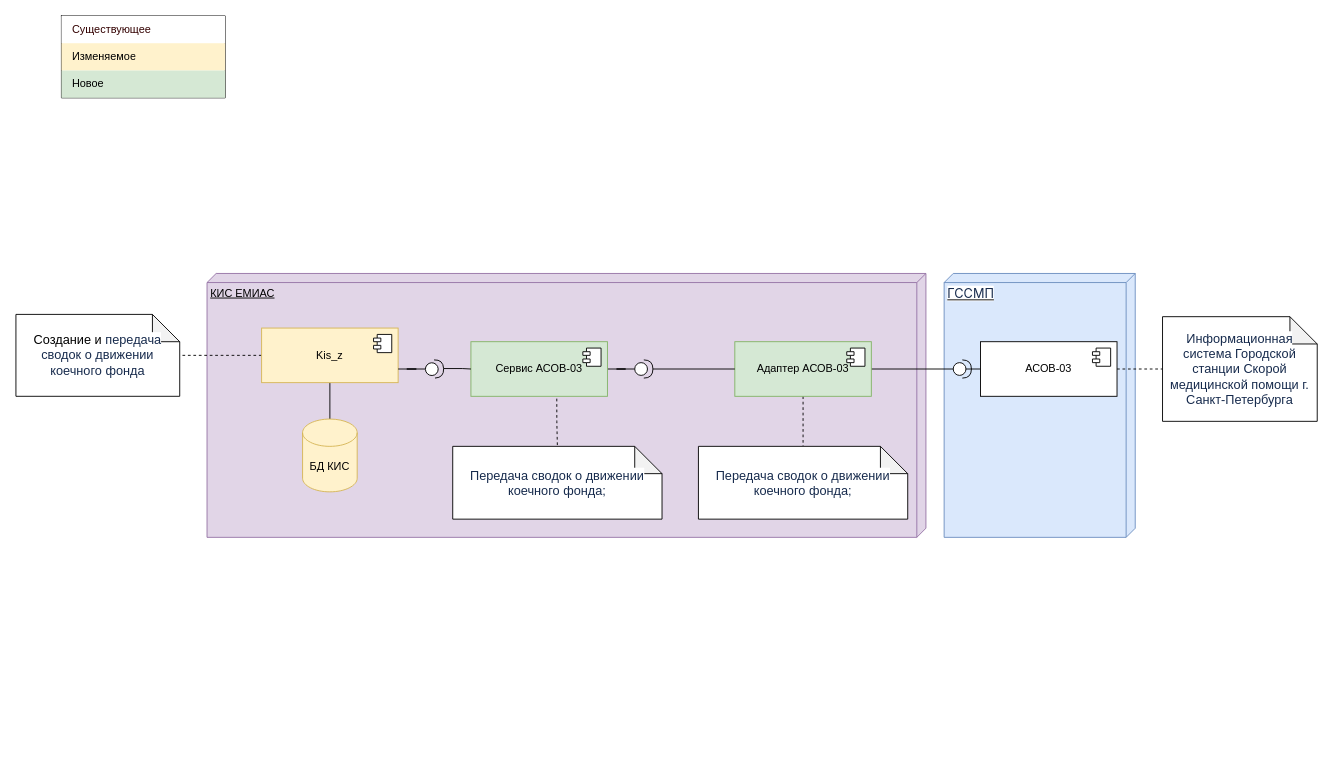
Above: Диаграмма без названия.drawio in AlexCuke/drawio-diagrams (draw.io), before the change. Source tidied: cells renumbered, new cells numbered last; positions are measured from the earlier drawing's top-left corner, leaving out a move shared by most shapes. Both pictures are drawn from the tidied source at 91%, with x=0, y=0 at pixel (15, 15).
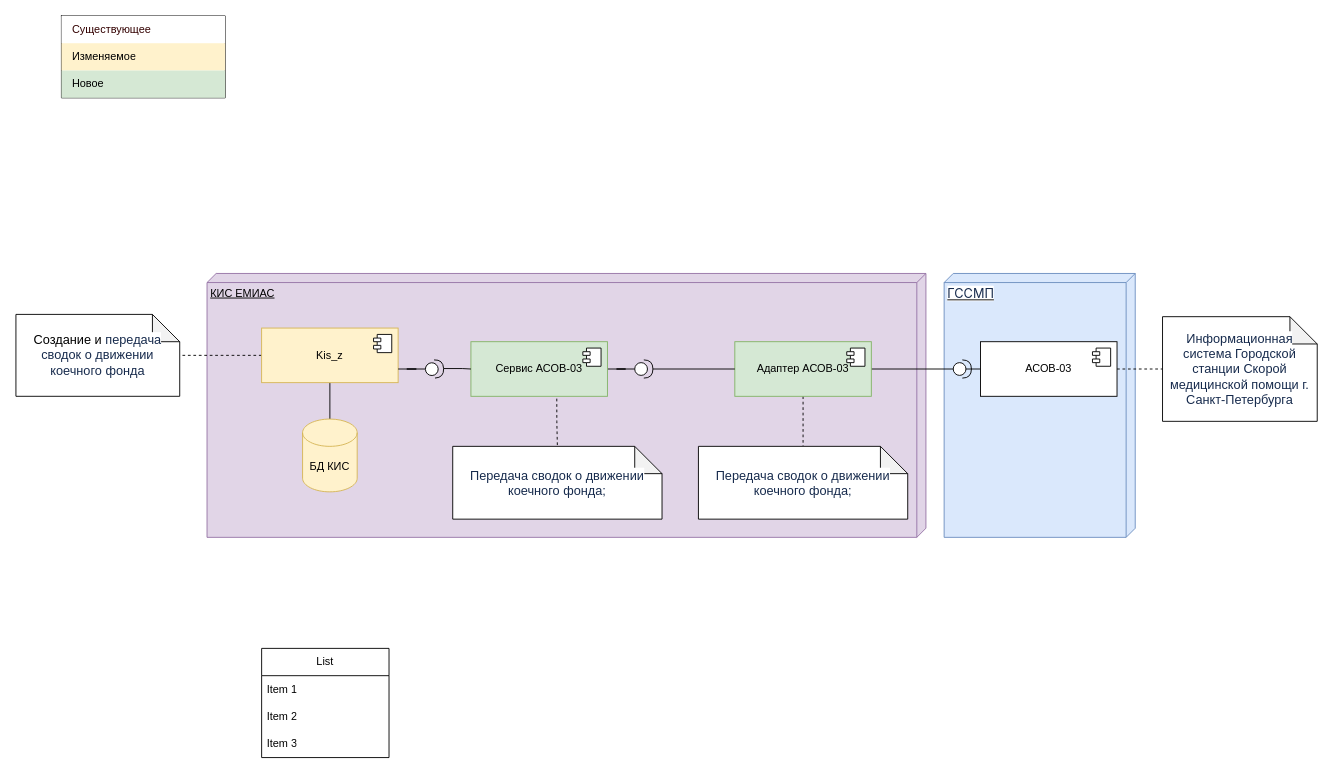
The same page after the edit.

Diff of the diagram source:
```diff
@@
+    <mxCell id="37" value="List" style="swimlane;fontStyle=0;horizontal=1;startSize=30;whiteSpace=wrap;html=1;" parent="1" vertex="1">
+      <mxGeometry x="270" y="695" width="140" height="120" as="geometry" />
+    </mxCell>
+    <mxCell id="38" value="Item 1" style="text;strokeColor=none;fillColor=none;align=left;verticalAlign=middle;spacingLeft=4;spacingRight=4;overflow=hidden;whiteSpace=wrap;html=1;" parent="37" vertex="1">
+      <mxGeometry y="30" width="140" height="30" as="geometry" />
+    </mxCell>
+    <mxCell id="39" value="Item 2" style="text;strokeColor=none;fillColor=none;align=left;verticalAlign=middle;spacingLeft=4;spacingRight=4;overflow=hidden;whiteSpace=wrap;html=1;" parent="37" vertex="1">
+      <mxGeometry y="60" width="140" height="30" as="geometry" />
+    </mxCell>
+    <mxCell id="40" value="Item 3" style="text;strokeColor=none;fillColor=none;align=left;verticalAlign=middle;spacingLeft=4;spacingRight=4;overflow=hidden;whiteSpace=wrap;html=1;" parent="37" vertex="1">
+      <mxGeometry y="90" width="140" height="30" as="geometry" />
+    </mxCell>
```
